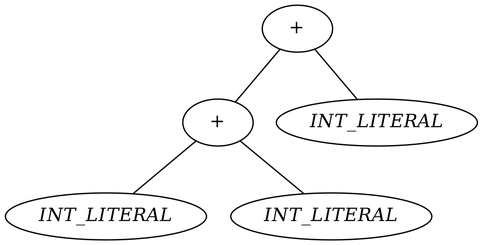
Before: tree.png, a diagram exported from Graphviz (HirohitoSuzuki/Higly). Its source is kept beside it as tree.dot. Its diagram source:
```dot
graph type{
dpi="200";
node [fontname="DejaVu Serif Italic"];
symbol2;
symbol6;
symbol1 -- symbol2, symbol6;
symbol1[label = "+"];
symbol2[label = "INT_LITERAL"];
symbol6[label = "INT_LITERAL"];
symbol11;
symbol0 -- symbol1, symbol11;
symbol0[label = "+"];
symbol1[label = "+"];
symbol11[label = "INT_LITERAL"];
}
```
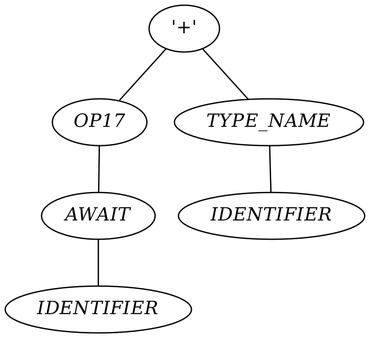
Above is the later version.

What changed in the source:
```diff
@@ -1,15 +1,19 @@
 graph type{
 dpi="200";
 node [fontname="DejaVu Serif Italic"];
-symbol2;
-symbol6;
-symbol1 -- symbol2, symbol6;
-symbol1[label = "+"];
-symbol2[label = "INT_LITERAL"];
-symbol6[label = "INT_LITERAL"];
-symbol11;
+symbol3;
+symbol2 -- symbol3;
+symbol2[label = "AWAIT"];
+symbol3[label = "IDENTIFIER"];
+symbol1 -- symbol2;
+symbol1[label = "OP17"];
+symbol2[label = "AWAIT"];
+symbol12;
+symbol11 -- symbol12;
+symbol11[label = "TYPE_NAME"];
+symbol12[label = "IDENTIFIER"];
 symbol0 -- symbol1, symbol11;
-symbol0[label = "+"];
-symbol1[label = "+"];
-symbol11[label = "INT_LITERAL"];
+symbol0[label = "'+'"];
+symbol1[label = "OP17"];
+symbol11[label = "TYPE_NAME"];
 }
```
